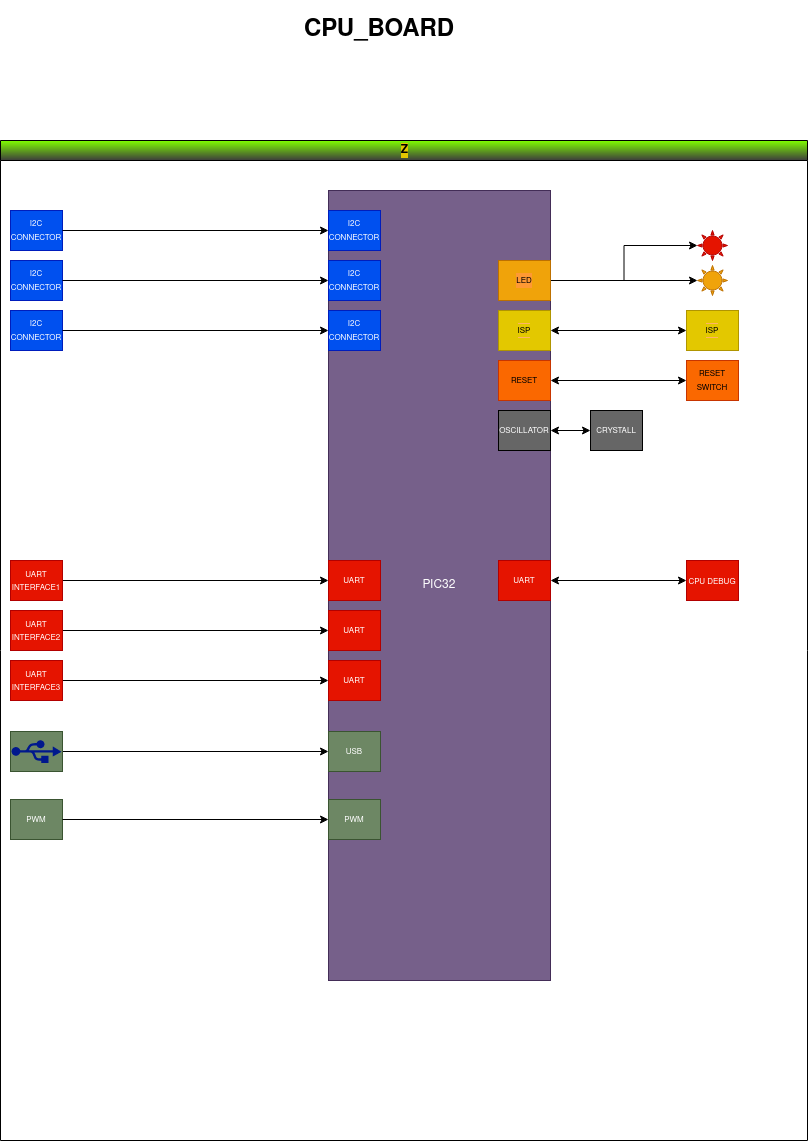
This is CubElec-CPUV2-00.drawio.png from f4deb/draw-io, a draw.io export, as it was before one commit. Source tidied: cells renumbered, new cells last; positions are measured from the earlier drawing's top-left corner, leaving out a move shared by most shapes.
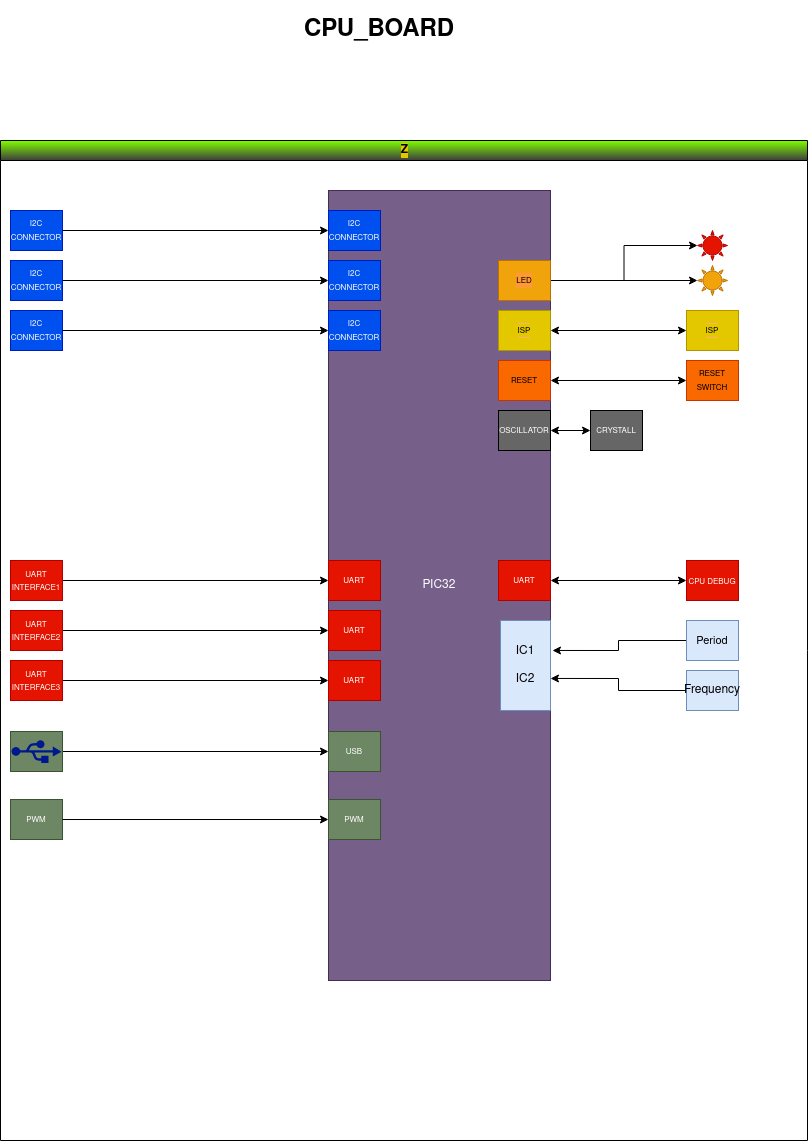
Above is the later version.

What changed in the source:
```diff
@@ -134,6 +134,21 @@
     <mxCell id="45" style="sketch=0;shadow=0;dashed=0;html=1;strokeColor=none;labelPosition=center;verticalLabelPosition=bottom;verticalAlign=top;align=center;fillColor=#00188D;shape=mxgraph.mscae.enterprise.usb;" parent="2" vertex="1">
       <mxGeometry x="11" y="599.5" width="50" height="23" as="geometry" />
     </mxCell>
+    <mxCell id="47" value="&lt;div&gt;IC1&lt;/div&gt;&lt;div&gt;&lt;br&gt;&lt;/div&gt;&lt;div&gt;IC2&lt;br&gt;&lt;/div&gt;" style="rounded=0;whiteSpace=wrap;html=1;fillColor=#dae8fc;strokeColor=#6c8ebf;" parent="2" vertex="1">
+      <mxGeometry x="500" y="480" width="50" height="90" as="geometry" />
+    </mxCell>
+    <mxCell id="48" style="edgeStyle=orthogonalEdgeStyle;rounded=0;jettySize=auto;html=1;entryX=1.04;entryY=0.333;entryDx=0;entryDy=0;entryPerimeter=0;" parent="2" edge="1" source="49" target="47">
+      <mxGeometry relative="1" as="geometry" />
+    </mxCell>
+    <mxCell id="49" value="&lt;div style=&quot;font-size: 11px&quot;&gt;Period&lt;font style=&quot;font-size: 8px&quot;&gt;&lt;br&gt;&lt;/font&gt;&lt;/div&gt;" style="whiteSpace=wrap;html=1;align=center;newEdgeStyle={&quot;edgeStyle&quot;:&quot;elbowEdgeStyle&quot;,&quot;startArrow&quot;:&quot;none&quot;,&quot;endArrow&quot;:&quot;none&quot;};fillColor=#dae8fc;strokeColor=#6c8ebf;" parent="2" vertex="1">
+      <mxGeometry x="686" y="480" width="52" height="40" as="geometry" />
+    </mxCell>
+    <mxCell id="50" style="edgeStyle=orthogonalEdgeStyle;rounded=0;jettySize=auto;html=1;entryX=1;entryY=0.644;entryDx=0;entryDy=0;entryPerimeter=0;" parent="2" edge="1" source="51" target="47">
+      <mxGeometry relative="1" as="geometry" />
+    </mxCell>
+    <mxCell id="51" value="Frequency" style="whiteSpace=wrap;html=1;align=center;newEdgeStyle={&quot;edgeStyle&quot;:&quot;elbowEdgeStyle&quot;,&quot;startArrow&quot;:&quot;none&quot;,&quot;endArrow&quot;:&quot;none&quot;};fillColor=#dae8fc;strokeColor=#6c8ebf;" parent="2" vertex="1">
+      <mxGeometry x="686" y="530" width="52" height="40" as="geometry" />
+    </mxCell>
     <mxCell id="46" value="&lt;h1&gt;&lt;b&gt;CPU_BOARD&lt;/b&gt;&lt;/h1&gt;" style="text;html=1;strokeColor=none;fillColor=none;align=center;verticalAlign=middle;whiteSpace=wrap;rounded=0;shadow=0;labelBackgroundColor=#FFFFFF;sketch=0;" parent="1" vertex="1">
       <mxGeometry x="360" width="38.3" height="20" as="geometry" />
     </mxCell>
```
